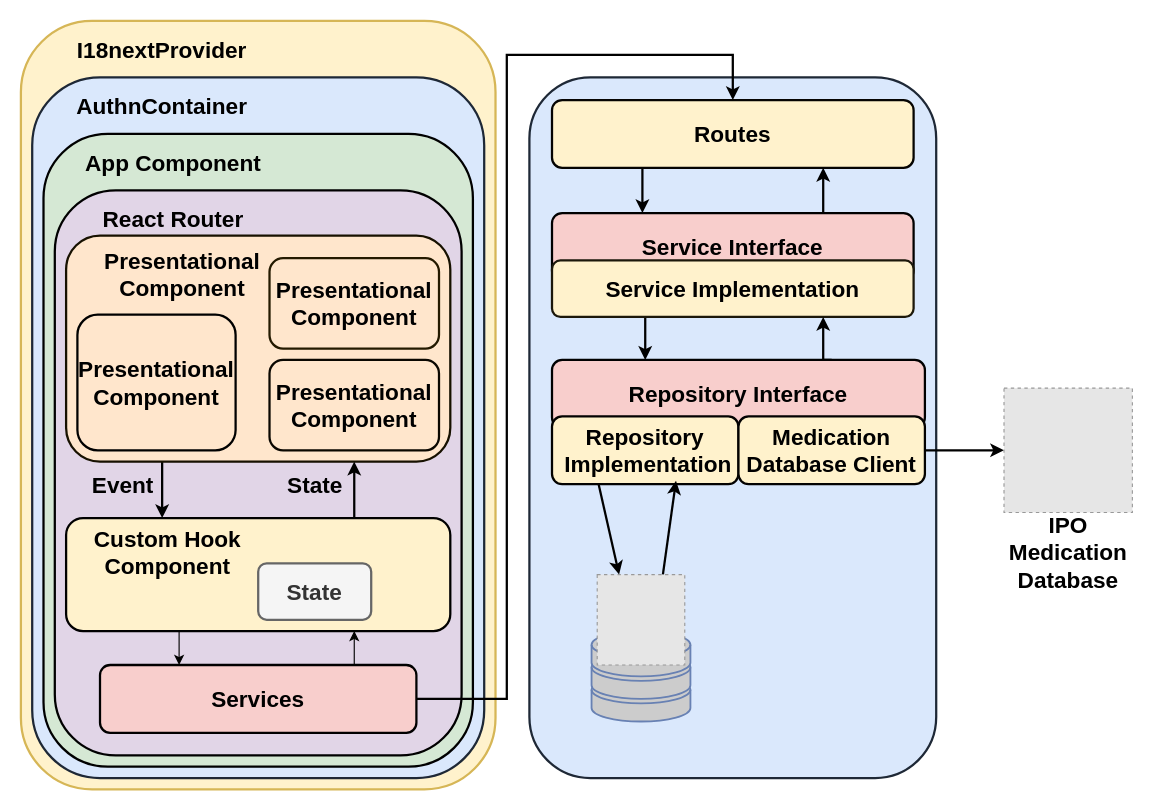
Earlier version of the draw.io diagram docs/report/figures/Block_Diagram.drawio (dadiva-team/dadiva-ipo). Source tidied: cells renumbered, new cells numbered last; positions are measured from the earlier drawing's top-left corner, leaving out a move shared by most shapes. Both pictures are drawn from the tidied source at 113%, with x=0, y=0 at pixel (20, 20). Pictures stored in the file or linked from it are replaced by grey dashed boxes.
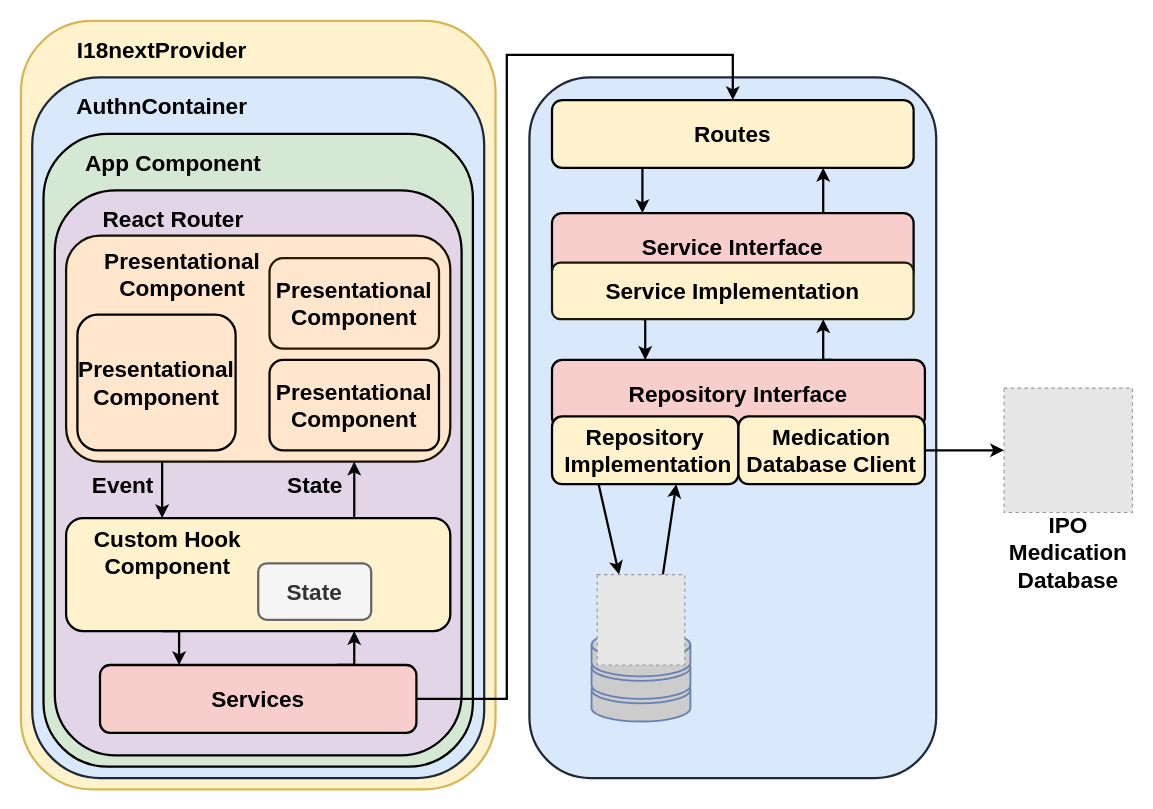
Above is the later version.

The change refers to these unchanged cells:
```xml
<mxCell id="11" style="rounded=1;whiteSpace=wrap;html=1;strokeWidth=2;fillColor=#fff2cc;strokeColor=#000000;" parent="1" vertex="1">
  <mxGeometry x="40" y="440" width="340" height="100" as="geometry" />
</mxCell>
<mxCell id="14" value="&lt;font style=&quot;font-size: 20px;&quot;&gt;&lt;b&gt;Services&lt;/b&gt;&lt;/font&gt;" style="rounded=1;whiteSpace=wrap;html=1;strokeWidth=2;fillColor=#f8cecc;strokeColor=#000000;" parent="1" vertex="1">
  <mxGeometry x="70" y="570" width="280" height="60" as="geometry" />
</mxCell>
<mxCell id="36" value="&lt;font style=&quot;font-size: 20px;&quot;&gt;&lt;b&gt;Repository&lt;/b&gt;&lt;/font&gt;&lt;div&gt;&lt;font style=&quot;font-size: 20px;&quot;&gt;&lt;b&gt;&amp;nbsp;Implementation&lt;/b&gt;&lt;/font&gt;&lt;/div&gt;" style="rounded=1;whiteSpace=wrap;html=1;fillColor=#fff2cc;strokeColor=#030201;strokeWidth=2;" parent="1" vertex="1">
  <mxGeometry x="470" y="350" width="165" height="60" as="geometry" />
</mxCell>
<mxCell id="42" style="fillColor=#E6E6E6;strokeColor=#999999;dashed=1;verticalLabelPosition=bottom;labelBackgroundColor=default;verticalAlign=top;" parent="1" vertex="1">
  <mxGeometry x="510" y="490" width="77.5" height="80" as="geometry" />
</mxCell>
```

Change to the diagram source:
```diff
@@
-    <mxCell id="9" style="edgeStyle=orthogonalEdgeStyle;rounded=0;jettySize=auto;html=1;exitX=0.25;exitY=1;exitDx=0;exitDy=0;entryX=0.25;entryY=0;entryDx=0;entryDy=0;" parent="1" edge="1" source="11" target="14">
+    <mxCell id="9" style="edgeStyle=orthogonalEdgeStyle;rounded=0;jettySize=auto;html=1;exitX=0.25;exitY=1;exitDx=0;exitDy=0;entryX=0.25;entryY=0;entryDx=0;entryDy=0;strokeWidth=2;" parent="1" edge="1" source="11" target="14">
       <mxGeometry relative="1" as="geometry" />
     </mxCell>
@@
-    <mxCell id="12" style="edgeStyle=orthogonalEdgeStyle;rounded=0;jettySize=auto;html=1;exitX=0.75;exitY=0;exitDx=0;exitDy=0;entryX=0.75;entryY=1;entryDx=0;entryDy=0;" parent="1" edge="1" source="14" target="11">
+    <mxCell id="12" style="edgeStyle=orthogonalEdgeStyle;rounded=0;jettySize=auto;html=1;exitX=0.75;exitY=0;exitDx=0;exitDy=0;entryX=0.75;entryY=1;entryDx=0;entryDy=0;strokeWidth=2;" parent="1" edge="1" source="14" target="11">
       <mxGeometry relative="1" as="geometry" />
     </mxCell>
@@
     <mxCell id="32" value="&lt;font style=&quot;font-size: 20px;&quot;&gt;&lt;b&gt;Service Implementation&lt;/b&gt;&lt;/font&gt;" style="rounded=1;whiteSpace=wrap;html=1;fillColor=#fff2cc;strokeColor=#1C180B;strokeWidth=2;" parent="1" vertex="1">
-      <mxGeometry x="470" y="212" width="320" height="50" as="geometry" />
+      <mxGeometry x="470" y="214" width="320" height="50" as="geometry" />
     </mxCell>
@@
-    <mxCell id="40" style="rounded=0;jettySize=auto;html=1;exitX=0.75;exitY=0;exitDx=0;exitDy=0;entryX=0.665;entryY=0.95;entryDx=0;entryDy=0;entryPerimeter=0;strokeWidth=2;" parent="1" edge="1" source="42" target="36">
-      <mxGeometry relative="1" as="geometry" />
+    <mxCell id="40" style="rounded=0;jettySize=auto;html=1;exitX=0.75;exitY=0;exitDx=0;exitDy=0;strokeWidth=2;" parent="1" edge="1" source="42">
+      <mxGeometry relative="1" as="geometry">
+        <mxPoint x="580" y="410" as="targetPoint" />
+      </mxGeometry>
     </mxCell>
```
